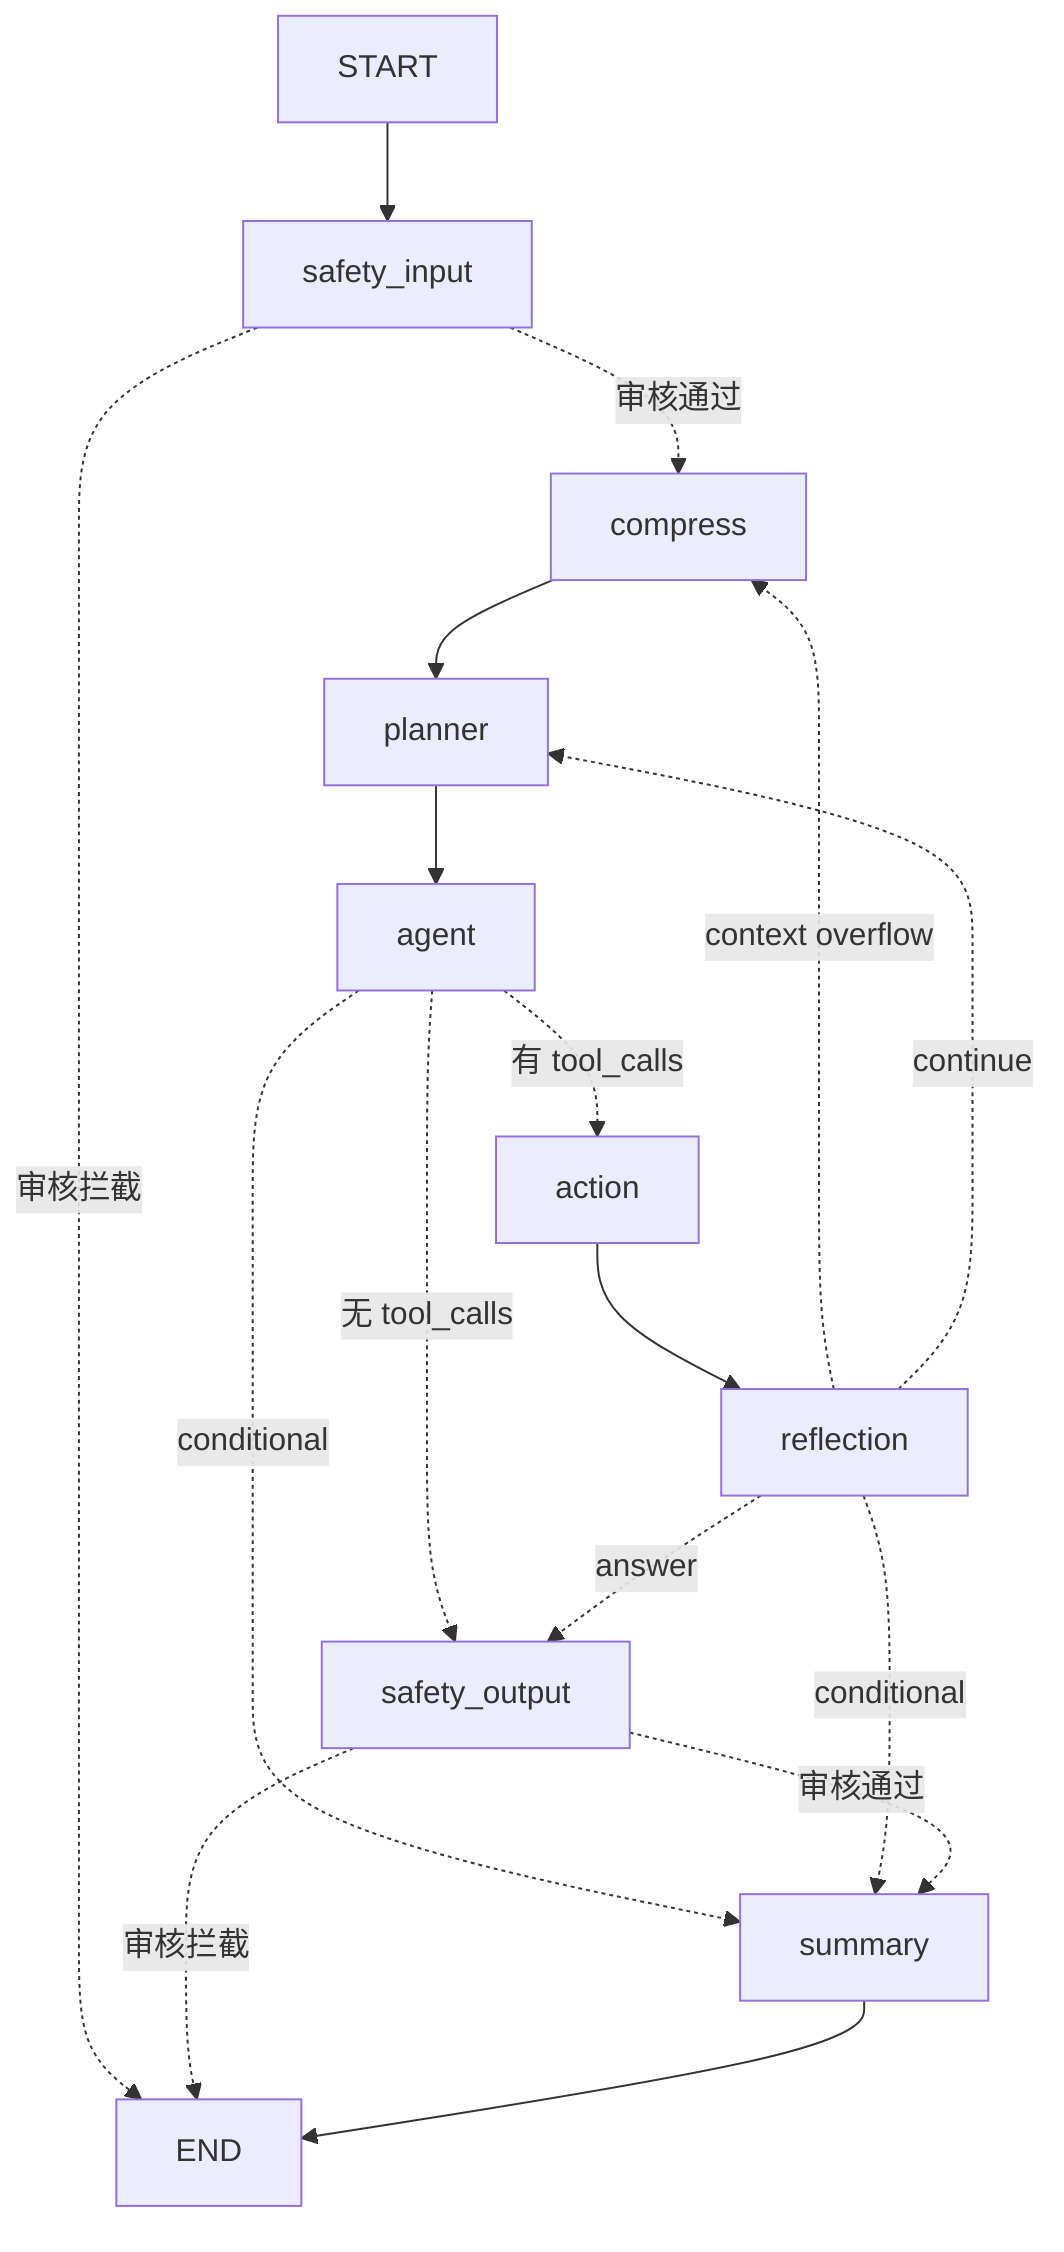
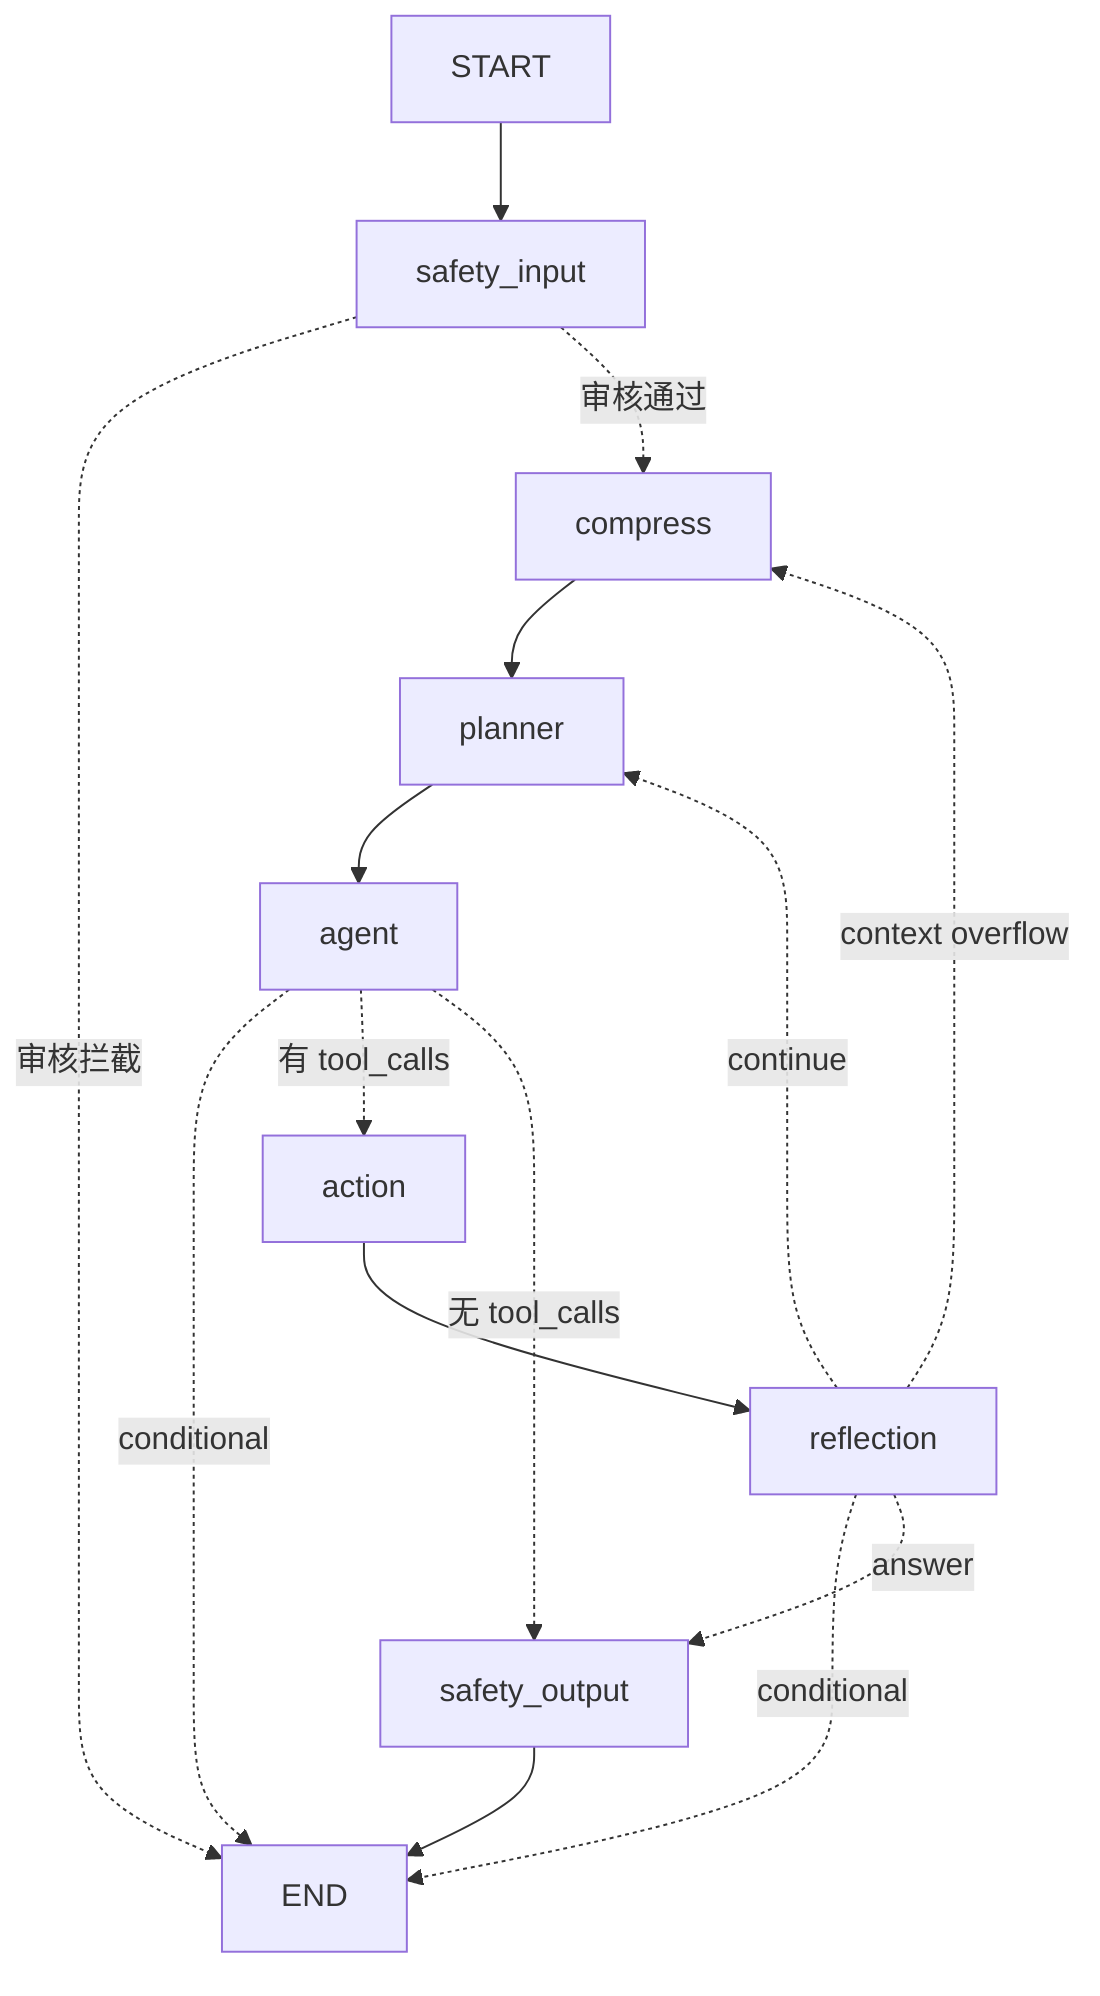
flowchart TD
    internal_start["START"]
    safety_input["safety_input"]
    compress["compress"]
    planner["planner"]
    agent["agent"]
    action["action"]
    reflection["reflection"]
    safety_output["safety_output"]
-     summary["summary"]
    internal_end["END"]
    internal_start --> safety_input
    action --> reflection
+     agent -. "conditional" .-> internal_end
    agent -. "有 tool_calls" .-> action
    agent -. "无 tool_calls" .-> safety_output
-     agent -. "conditional" .-> summary
    compress --> planner
    planner --> agent
+     reflection -. "conditional" .-> internal_end
    reflection -. "context overflow" .-> compress
    reflection -. "continue" .-> planner
    reflection -. "answer" .-> safety_output
-     reflection -. "conditional" .-> summary
    safety_input -. "审核拦截" .-> internal_end
    safety_input -. "审核通过" .-> compress
-     safety_output -. "审核拦截" .-> internal_end
-     safety_output -. "审核通过" .-> summary
-     summary --> internal_end
+     safety_output --> internal_end
